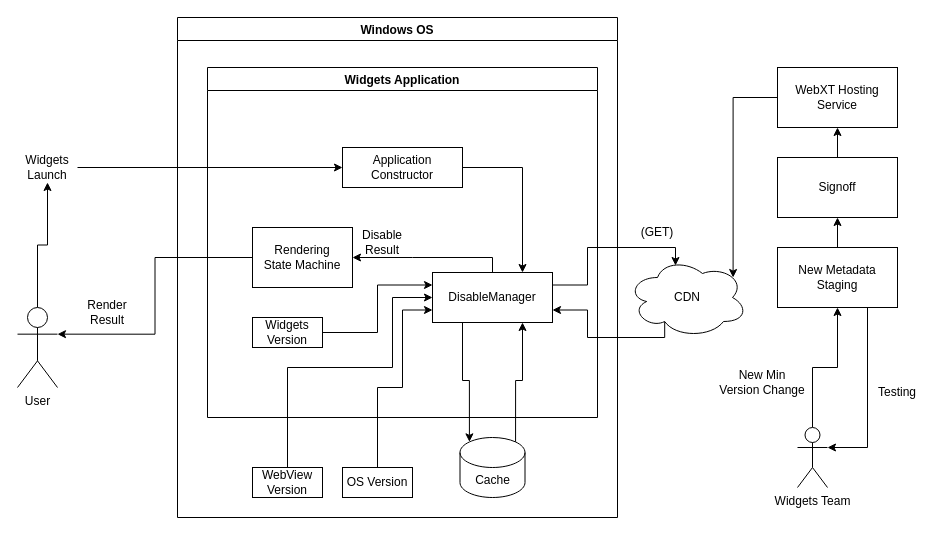
This is tempdisable.drawio from bcso/designs, a draw.io file, before an edit. Source tidied: cells renumbered, new cells numbered last; positions are measured from the earlier drawing's top-left corner, leaving out a move shared by most shapes. Both pictures are drawn from the tidied source at 100%, with x=0, y=0 at pixel (17, 17).
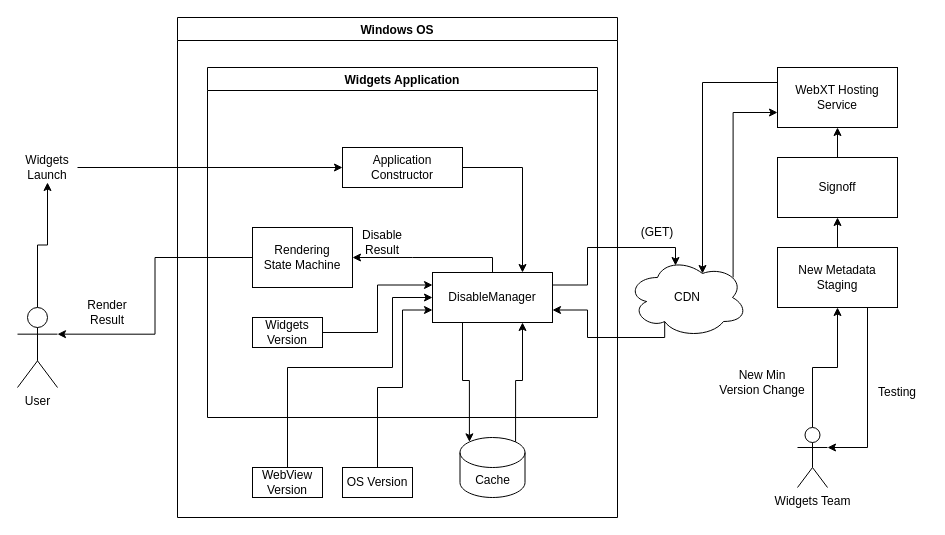
Above is the later version.

Unchanged cells that the change refers to:
```xml
<mxCell id="5" value="CDN" style="ellipse;shape=cloud;whiteSpace=wrap;html=1;" parent="1" vertex="1">
  <mxGeometry x="610" y="240" width="120" height="80" as="geometry" />
</mxCell>
<mxCell id="15" value="WebXT Hosting Service" style="rounded=0;whiteSpace=wrap;html=1;" parent="1" vertex="1">
  <mxGeometry x="760" y="50" width="120" height="60" as="geometry" />
</mxCell>
```

Change to the diagram source:
```diff
@@
+    <mxCell id="40" style="edgeStyle=orthogonalEdgeStyle;rounded=0;jettySize=auto;html=1;exitX=0.88;exitY=0.25;exitDx=0;exitDy=0;exitPerimeter=0;entryX=0;entryY=0.75;entryDx=0;entryDy=0;" parent="1" edge="1" source="5" target="15">
+      <mxGeometry relative="1" as="geometry">
+        <Array as="points">
+          <mxPoint x="716" y="95" />
+        </Array>
+      </mxGeometry>
+    </mxCell>
@@
-    <mxCell id="14" style="edgeStyle=orthogonalEdgeStyle;rounded=0;jettySize=auto;html=1;exitX=0;exitY=0.5;exitDx=0;exitDy=0;entryX=0.88;entryY=0.25;entryDx=0;entryDy=0;entryPerimeter=0;" parent="1" edge="1" source="15" target="5">
+    <mxCell id="14" style="edgeStyle=orthogonalEdgeStyle;rounded=0;jettySize=auto;html=1;exitX=0;exitY=0.25;exitDx=0;exitDy=0;entryX=0.625;entryY=0.2;entryDx=0;entryDy=0;entryPerimeter=0;" parent="1" edge="1" source="15" target="5">
       <mxGeometry relative="1" as="geometry" />
     </mxCell>
```
